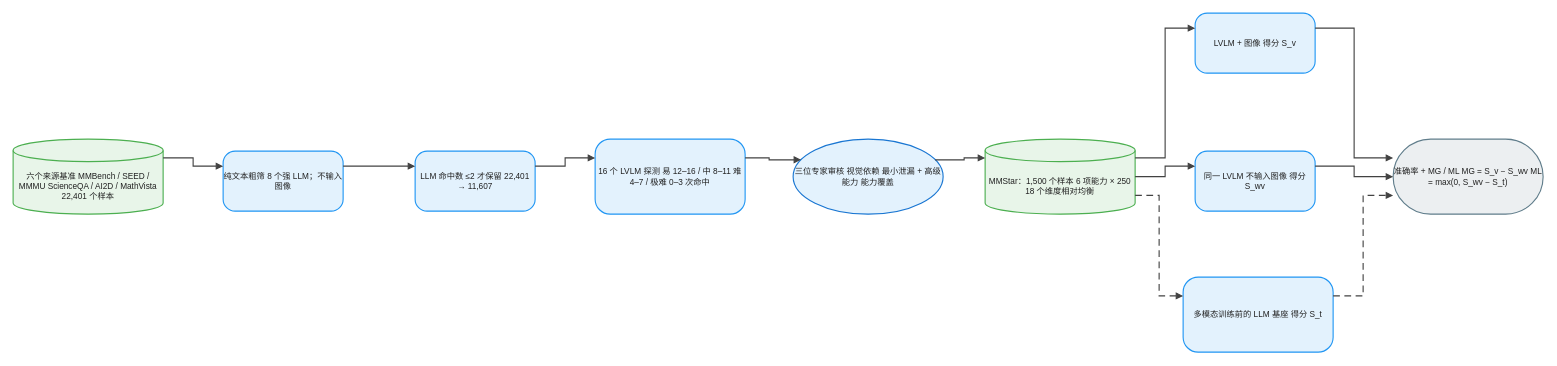
The draw.io diagram client/public/drawio/MMStar/MMStar.zh.drawio in joe1chief/benchmark-hub, before the edit. Source tidied: cells renumbered, new cells numbered last; positions are measured from the earlier drawing's top-left corner, leaving out a move shared by most shapes. Both pictures are drawn from the tidied source at 75%, with x=0, y=0 at pixel (13, 13).
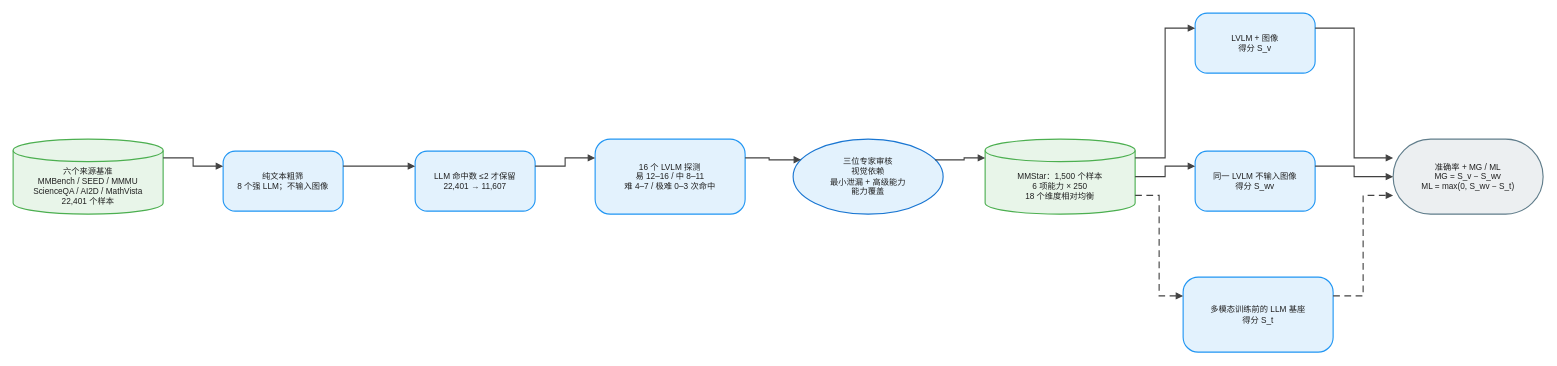
The same diagram, later.

What changed in the source:
```diff
@@
-    <mxCell id="2" value="六个来源基准 MMBench / SEED / MMMU ScienceQA / AI2D / MathVista 22,401 个样本" style="shape=cylinder3;boundedLbl=1;backgroundOutline=1;size=15;html=1;whiteSpace=wrap;fillColor=#E8F5E9;strokeColor=#4CAF50;strokeWidth=1.5;fontColor=#212121;fontSize=11;fontFamily=Arial, Helvetica, sans-serif;verticalAlign=middle;align=center;" parent="1" vertex="1">
+    <mxCell id="2" value="六个来源基准&#10;MMBench / SEED / MMMU&#10;ScienceQA / AI2D / MathVista&#10;22,401 个样本" style="shape=cylinder3;boundedLbl=1;backgroundOutline=1;size=15;html=0;convertToSvg=1;whiteSpace=wrap;fillColor=#E8F5E9;strokeColor=#4CAF50;strokeWidth=1.5;fontColor=#212121;fontSize=11;fontFamily=Arial, Helvetica, sans-serif;verticalAlign=middle;align=center;" parent="1" vertex="1">
       <mxGeometry y="168" width="200" height="100" as="geometry" />
     </mxCell>
-    <mxCell id="3" value="纯文本粗筛 8 个强 LLM；不输入图像" style="rounded=1;arcSize=20;html=1;whiteSpace=wrap;fillColor=#E3F2FD;strokeColor=#2196F3;strokeWidth=1.5;fontColor=#212121;fontSize=11;fontFamily=Arial, Helvetica, sans-serif;verticalAlign=middle;align=center;" parent="1" vertex="1">
+    <mxCell id="3" value="纯文本粗筛&#10;8 个强 LLM；不输入图像" style="rounded=1;arcSize=20;html=0;convertToSvg=1;whiteSpace=wrap;fillColor=#E3F2FD;strokeColor=#2196F3;strokeWidth=1.5;fontColor=#212121;fontSize=11;fontFamily=Arial, Helvetica, sans-serif;verticalAlign=middle;align=center;" parent="1" vertex="1">
       <mxGeometry x="280" y="184" width="160" height="80" as="geometry" />
     </mxCell>
-    <mxCell id="4" value="LLM 命中数 ≤2 才保留 22,401 → 11,607" style="rounded=1;arcSize=20;html=1;whiteSpace=wrap;fillColor=#E3F2FD;strokeColor=#2196F3;strokeWidth=1.5;fontColor=#212121;fontSize=11;fontFamily=Arial, Helvetica, sans-serif;verticalAlign=middle;align=center;" parent="1" vertex="1">
+    <mxCell id="4" value="LLM 命中数 ≤2 才保留&#10;22,401 → 11,607" style="rounded=1;arcSize=20;html=0;convertToSvg=1;whiteSpace=wrap;fillColor=#E3F2FD;strokeColor=#2196F3;strokeWidth=1.5;fontColor=#212121;fontSize=11;fontFamily=Arial, Helvetica, sans-serif;verticalAlign=middle;align=center;" parent="1" vertex="1">
       <mxGeometry x="536" y="184" width="160" height="80" as="geometry" />
     </mxCell>
-    <mxCell id="5" value="16 个 LVLM 探测 易 12–16 / 中 8–11 难 4–7 / 极难 0–3 次命中" style="rounded=1;arcSize=20;html=1;whiteSpace=wrap;fillColor=#E3F2FD;strokeColor=#2196F3;strokeWidth=1.5;fontColor=#212121;fontSize=11;fontFamily=Arial, Helvetica, sans-serif;verticalAlign=middle;align=center;" parent="1" vertex="1">
+    <mxCell id="5" value="16 个 LVLM 探测&#10;易 12–16 / 中 8–11&#10;难 4–7 / 极难 0–3 次命中" style="rounded=1;arcSize=20;html=0;convertToSvg=1;whiteSpace=wrap;fillColor=#E3F2FD;strokeColor=#2196F3;strokeWidth=1.5;fontColor=#212121;fontSize=11;fontFamily=Arial, Helvetica, sans-serif;verticalAlign=middle;align=center;" parent="1" vertex="1">
       <mxGeometry x="776" y="168" width="200" height="100" as="geometry" />
     </mxCell>
-    <mxCell id="6" value="三位专家审核 视觉依赖 最小泄漏 + 高级能力 能力覆盖" style="ellipse;html=1;whiteSpace=wrap;fillColor=#E3F2FD;strokeColor=#1976D2;strokeWidth=1.5;fontColor=#212121;fontSize=11;fontFamily=Arial, Helvetica, sans-serif;verticalAlign=middle;align=center;" parent="1" vertex="1">
+    <mxCell id="6" value="三位专家审核&#10;视觉依赖&#10;最小泄漏 + 高级能力&#10;能力覆盖" style="ellipse;html=0;convertToSvg=1;whiteSpace=wrap;fillColor=#E3F2FD;strokeColor=#1976D2;strokeWidth=1.5;fontColor=#212121;fontSize=11;fontFamily=Arial, Helvetica, sans-serif;verticalAlign=middle;align=center;" parent="1" vertex="1">
       <mxGeometry x="1040" y="168" width="200" height="100" as="geometry" />
     </mxCell>
-    <mxCell id="7" value="MMStar：1,500 个样本 6 项能力 × 250 18 个维度相对均衡" style="shape=cylinder3;boundedLbl=1;backgroundOutline=1;size=15;html=1;whiteSpace=wrap;fillColor=#E8F5E9;strokeColor=#4CAF50;strokeWidth=1.5;fontColor=#212121;fontSize=11;fontFamily=Arial, Helvetica, sans-serif;verticalAlign=middle;align=center;" parent="1" vertex="1">
+    <mxCell id="7" value="MMStar：1,500 个样本&#10;6 项能力 × 250&#10;18 个维度相对均衡" style="shape=cylinder3;boundedLbl=1;backgroundOutline=1;size=15;html=0;convertToSvg=1;whiteSpace=wrap;fillColor=#E8F5E9;strokeColor=#4CAF50;strokeWidth=1.5;fontColor=#212121;fontSize=11;fontFamily=Arial, Helvetica, sans-serif;verticalAlign=middle;align=center;" parent="1" vertex="1">
       <mxGeometry x="1296" y="168" width="200" height="100" as="geometry" />
     </mxCell>
-    <mxCell id="8" value="LVLM + 图像 得分 S_v" style="rounded=1;arcSize=20;html=1;whiteSpace=wrap;fillColor=#E3F2FD;strokeColor=#2196F3;strokeWidth=1.5;fontColor=#212121;fontSize=11;fontFamily=Arial, Helvetica, sans-serif;verticalAlign=middle;align=center;" parent="1" vertex="1">
+    <mxCell id="8" value="LVLM + 图像&#10;得分 S_v" style="rounded=1;arcSize=20;html=0;convertToSvg=1;whiteSpace=wrap;fillColor=#E3F2FD;strokeColor=#2196F3;strokeWidth=1.5;fontColor=#212121;fontSize=11;fontFamily=Arial, Helvetica, sans-serif;verticalAlign=middle;align=center;" parent="1" vertex="1">
       <mxGeometry x="1576" width="160" height="80" as="geometry" />
     </mxCell>
-    <mxCell id="9" value="同一 LVLM 不输入图像 得分 S_wv" style="rounded=1;arcSize=20;html=1;whiteSpace=wrap;fillColor=#E3F2FD;strokeColor=#2196F3;strokeWidth=1.5;fontColor=#212121;fontSize=11;fontFamily=Arial, Helvetica, sans-serif;verticalAlign=middle;align=center;" parent="1" vertex="1">
+    <mxCell id="9" value="同一 LVLM 不输入图像&#10;得分 S_wv" style="rounded=1;arcSize=20;html=0;convertToSvg=1;whiteSpace=wrap;fillColor=#E3F2FD;strokeColor=#2196F3;strokeWidth=1.5;fontColor=#212121;fontSize=11;fontFamily=Arial, Helvetica, sans-serif;verticalAlign=middle;align=center;" parent="1" vertex="1">
       <mxGeometry x="1576" y="184" width="160" height="80" as="geometry" />
     </mxCell>
-    <mxCell id="10" value="多模态训练前的 LLM 基座 得分 S_t" style="rounded=1;arcSize=20;html=1;whiteSpace=wrap;fillColor=#E3F2FD;strokeColor=#2196F3;strokeWidth=1.5;fontColor=#212121;fontSize=11;fontFamily=Arial, Helvetica, sans-serif;verticalAlign=middle;align=center;" parent="1" vertex="1">
+    <mxCell id="10" value="多模态训练前的 LLM 基座&#10;得分 S_t" style="rounded=1;arcSize=20;html=0;convertToSvg=1;whiteSpace=wrap;fillColor=#E3F2FD;strokeColor=#2196F3;strokeWidth=1.5;fontColor=#212121;fontSize=11;fontFamily=Arial, Helvetica, sans-serif;verticalAlign=middle;align=center;" parent="1" vertex="1">
       <mxGeometry x="1560" y="352" width="200" height="100" as="geometry" />
     </mxCell>
-    <mxCell id="11" value="准确率 + MG / ML MG = S_v − S_wv ML = max(0, S_wv − S_t)" style="rounded=1;arcSize=50;html=1;whiteSpace=wrap;fillColor=#ECEFF1;strokeColor=#607D8B;strokeWidth=1.5;fontColor=#212121;fontSize=11;fontFamily=Arial, Helvetica, sans-serif;verticalAlign=middle;align=center;" parent="1" vertex="1">
+    <mxCell id="11" value="准确率 + MG / ML&#10;MG = S_v − S_wv&#10;ML = max(0, S_wv − S_t)" style="rounded=1;arcSize=50;html=0;convertToSvg=1;whiteSpace=wrap;fillColor=#ECEFF1;strokeColor=#607D8B;strokeWidth=1.5;fontColor=#212121;fontSize=11;fontFamily=Arial, Helvetica, sans-serif;verticalAlign=middle;align=center;" parent="1" vertex="1">
       <mxGeometry x="1840" y="168" width="200" height="100" as="geometry" />
     </mxCell>
-    <mxCell id="12" style="edgeStyle=orthogonalEdgeStyle;rounded=0;jettySize=auto;html=1;strokeColor=#424242;strokeWidth=1.5;endArrow=block;endFill=1;exitX=1;exitY=0.25;exitDx=0;exitDy=0;entryX=0;entryY=0.25;entryDx=0;entryDy=0;jumpStyle=arc;jumpSize=8;" parent="1" edge="1" source="2" target="3">
+    <mxCell id="12" style="edgeStyle=orthogonalEdgeStyle;rounded=0;jettySize=auto;html=0;convertToSvg=1;strokeColor=#424242;strokeWidth=1.5;endArrow=block;endFill=1;exitX=1;exitY=0.25;exitDx=0;exitDy=0;entryX=0;entryY=0.25;entryDx=0;entryDy=0;jumpStyle=arc;jumpSize=8;" parent="1" edge="1" source="2" target="3">
       <mxGeometry relative="1" as="geometry" />
     </mxCell>
-    <mxCell id="13" style="edgeStyle=orthogonalEdgeStyle;rounded=0;jettySize=auto;html=1;strokeColor=#424242;strokeWidth=1.5;endArrow=block;endFill=1;exitX=1;exitY=0.25;exitDx=0;exitDy=0;entryX=0;entryY=0.25;entryDx=0;entryDy=0;jumpStyle=arc;jumpSize=8;" parent="1" edge="1" source="3" target="4">
+    <mxCell id="13" style="edgeStyle=orthogonalEdgeStyle;rounded=0;jettySize=auto;html=0;convertToSvg=1;strokeColor=#424242;strokeWidth=1.5;endArrow=block;endFill=1;exitX=1;exitY=0.25;exitDx=0;exitDy=0;entryX=0;entryY=0.25;entryDx=0;entryDy=0;jumpStyle=arc;jumpSize=8;" parent="1" edge="1" source="3" target="4">
       <mxGeometry relative="1" as="geometry" />
     </mxCell>
-    <mxCell id="14" style="edgeStyle=orthogonalEdgeStyle;rounded=0;jettySize=auto;html=1;strokeColor=#424242;strokeWidth=1.5;endArrow=block;endFill=1;exitX=1;exitY=0.25;exitDx=0;exitDy=0;entryX=0;entryY=0.25;entryDx=0;entryDy=0;jumpStyle=arc;jumpSize=8;" parent="1" edge="1" source="4" target="5">
+    <mxCell id="14" style="edgeStyle=orthogonalEdgeStyle;rounded=0;jettySize=auto;html=0;convertToSvg=1;strokeColor=#424242;strokeWidth=1.5;endArrow=block;endFill=1;exitX=1;exitY=0.25;exitDx=0;exitDy=0;entryX=0;entryY=0.25;entryDx=0;entryDy=0;jumpStyle=arc;jumpSize=8;" parent="1" edge="1" source="4" target="5">
       <mxGeometry relative="1" as="geometry" />
     </mxCell>
-    <mxCell id="15" style="edgeStyle=orthogonalEdgeStyle;rounded=0;jettySize=auto;html=1;strokeColor=#424242;strokeWidth=1.5;endArrow=block;endFill=1;exitX=1;exitY=0.25;exitDx=0;exitDy=0;entryX=0;entryY=0.25;entryDx=0;entryDy=0;jumpStyle=arc;jumpSize=8;" parent="1" edge="1" source="5" target="6">
+    <mxCell id="15" style="edgeStyle=orthogonalEdgeStyle;rounded=0;jettySize=auto;html=0;convertToSvg=1;strokeColor=#424242;strokeWidth=1.5;endArrow=block;endFill=1;exitX=1;exitY=0.25;exitDx=0;exitDy=0;entryX=0;entryY=0.25;entryDx=0;entryDy=0;jumpStyle=arc;jumpSize=8;" parent="1" edge="1" source="5" target="6">
       <mxGeometry relative="1" as="geometry" />
     </mxCell>
-    <mxCell id="16" style="edgeStyle=orthogonalEdgeStyle;rounded=0;jettySize=auto;html=1;strokeColor=#424242;strokeWidth=1.5;endArrow=block;endFill=1;exitX=1;exitY=0.25;exitDx=0;exitDy=0;entryX=0;entryY=0.25;entryDx=0;entryDy=0;jumpStyle=arc;jumpSize=8;" parent="1" edge="1" source="6" target="7">
+    <mxCell id="16" style="edgeStyle=orthogonalEdgeStyle;rounded=0;jettySize=auto;html=0;convertToSvg=1;strokeColor=#424242;strokeWidth=1.5;endArrow=block;endFill=1;exitX=1;exitY=0.25;exitDx=0;exitDy=0;entryX=0;entryY=0.25;entryDx=0;entryDy=0;jumpStyle=arc;jumpSize=8;" parent="1" edge="1" source="6" target="7">
       <mxGeometry relative="1" as="geometry" />
     </mxCell>
-    <mxCell id="17" style="edgeStyle=orthogonalEdgeStyle;rounded=0;jettySize=auto;html=1;strokeColor=#424242;strokeWidth=1.5;endArrow=block;endFill=1;exitX=1;exitY=0.25;exitDx=0;exitDy=0;entryX=0;entryY=0.25;entryDx=0;entryDy=0;jumpStyle=arc;jumpSize=8;" parent="1" edge="1" source="7" target="8">
+    <mxCell id="17" style="edgeStyle=orthogonalEdgeStyle;rounded=0;jettySize=auto;html=0;convertToSvg=1;strokeColor=#424242;strokeWidth=1.5;endArrow=block;endFill=1;exitX=1;exitY=0.25;exitDx=0;exitDy=0;entryX=0;entryY=0.25;entryDx=0;entryDy=0;jumpStyle=arc;jumpSize=8;" parent="1" edge="1" source="7" target="8">
       <mxGeometry relative="1" as="geometry" />
     </mxCell>
-    <mxCell id="18" style="edgeStyle=orthogonalEdgeStyle;rounded=0;jettySize=auto;html=1;strokeColor=#424242;strokeWidth=1.5;endArrow=block;endFill=1;exitX=1;exitY=0.5;exitDx=0;exitDy=0;entryX=0;entryY=0.25;entryDx=0;entryDy=0;jumpStyle=arc;jumpSize=8;" parent="1" edge="1" source="7" target="9">
+    <mxCell id="18" style="edgeStyle=orthogonalEdgeStyle;rounded=0;jettySize=auto;html=0;convertToSvg=1;strokeColor=#424242;strokeWidth=1.5;endArrow=block;endFill=1;exitX=1;exitY=0.5;exitDx=0;exitDy=0;entryX=0;entryY=0.25;entryDx=0;entryDy=0;jumpStyle=arc;jumpSize=8;" parent="1" edge="1" source="7" target="9">
       <mxGeometry relative="1" as="geometry" />
     </mxCell>
-    <mxCell id="19" style="edgeStyle=orthogonalEdgeStyle;rounded=0;jettySize=auto;html=1;strokeColor=#424242;strokeWidth=1.5;endArrow=block;endFill=1;exitX=1;exitY=0.75;exitDx=0;exitDy=0;entryX=0;entryY=0.25;entryDx=0;entryDy=0;dashed=1;dashPattern=6 4;jumpStyle=arc;jumpSize=8;" parent="1" edge="1" source="7" target="10">
+    <mxCell id="19" style="edgeStyle=orthogonalEdgeStyle;rounded=0;jettySize=auto;html=0;convertToSvg=1;strokeColor=#424242;strokeWidth=1.5;endArrow=block;endFill=1;exitX=1;exitY=0.75;exitDx=0;exitDy=0;entryX=0;entryY=0.25;entryDx=0;entryDy=0;dashed=1;dashPattern=6 4;jumpStyle=arc;jumpSize=8;" parent="1" edge="1" source="7" target="10">
       <mxGeometry relative="1" as="geometry" />
     </mxCell>
-    <mxCell id="20" style="edgeStyle=orthogonalEdgeStyle;rounded=0;jettySize=auto;html=1;strokeColor=#424242;strokeWidth=1.5;endArrow=block;endFill=1;exitX=1;exitY=0.25;exitDx=0;exitDy=0;entryX=0;entryY=0.25;entryDx=0;entryDy=0;jumpStyle=arc;jumpSize=8;" parent="1" edge="1" source="8" target="11">
+    <mxCell id="20" style="edgeStyle=orthogonalEdgeStyle;rounded=0;jettySize=auto;html=0;convertToSvg=1;strokeColor=#424242;strokeWidth=1.5;endArrow=block;endFill=1;exitX=1;exitY=0.25;exitDx=0;exitDy=0;entryX=0;entryY=0.25;entryDx=0;entryDy=0;jumpStyle=arc;jumpSize=8;" parent="1" edge="1" source="8" target="11">
       <mxGeometry relative="1" as="geometry" />
     </mxCell>
-    <mxCell id="21" style="edgeStyle=orthogonalEdgeStyle;rounded=0;jettySize=auto;html=1;strokeColor=#424242;strokeWidth=1.5;endArrow=block;endFill=1;exitX=1;exitY=0.25;exitDx=0;exitDy=0;entryX=0;entryY=0.5;entryDx=0;entryDy=0;jumpStyle=arc;jumpSize=8;" parent="1" edge="1" source="9" target="11">
+    <mxCell id="21" style="edgeStyle=orthogonalEdgeStyle;rounded=0;jettySize=auto;html=0;convertToSvg=1;strokeColor=#424242;strokeWidth=1.5;endArrow=block;endFill=1;exitX=1;exitY=0.25;exitDx=0;exitDy=0;entryX=0;entryY=0.5;entryDx=0;entryDy=0;jumpStyle=arc;jumpSize=8;" parent="1" edge="1" source="9" target="11">
       <mxGeometry relative="1" as="geometry" />
     </mxCell>
-    <mxCell id="22" style="edgeStyle=orthogonalEdgeStyle;rounded=0;jettySize=auto;html=1;strokeColor=#424242;strokeWidth=1.5;endArrow=block;endFill=1;exitX=1;exitY=0.25;exitDx=0;exitDy=0;entryX=0;entryY=0.75;entryDx=0;entryDy=0;dashed=1;dashPattern=6 4;jumpStyle=arc;jumpSize=8;" parent="1" edge="1" source="10" target="11">
+    <mxCell id="22" style="edgeStyle=orthogonalEdgeStyle;rounded=0;jettySize=auto;html=0;convertToSvg=1;strokeColor=#424242;strokeWidth=1.5;endArrow=block;endFill=1;exitX=1;exitY=0.25;exitDx=0;exitDy=0;entryX=0;entryY=0.75;entryDx=0;entryDy=0;dashed=1;dashPattern=6 4;jumpStyle=arc;jumpSize=8;" parent="1" edge="1" source="10" target="11">
       <mxGeometry relative="1" as="geometry" />
     </mxCell>
```
